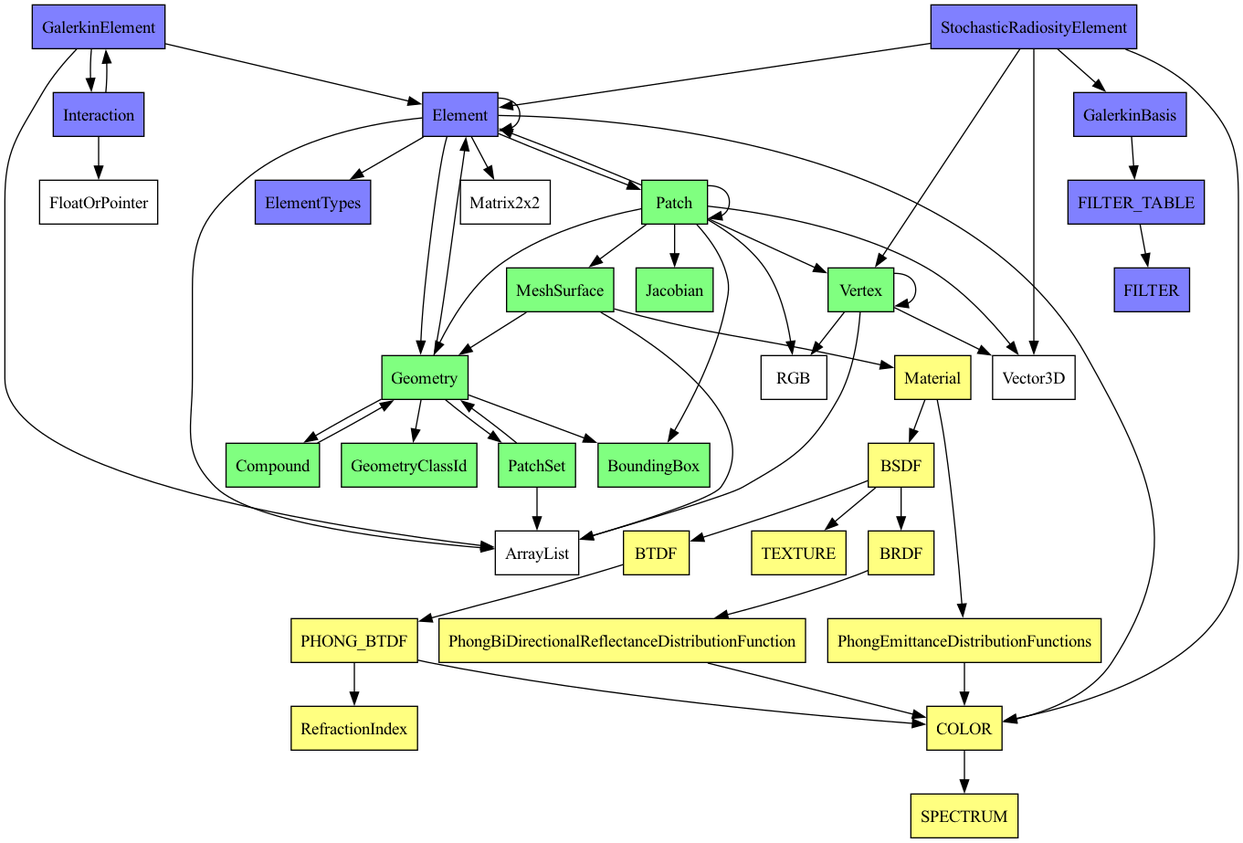
Earlier version of the Graphviz export doc/coreModelClasses.png (OscarChavarro/rpkCpp). Its source is kept beside it as doc/coreModelClasses.dot.
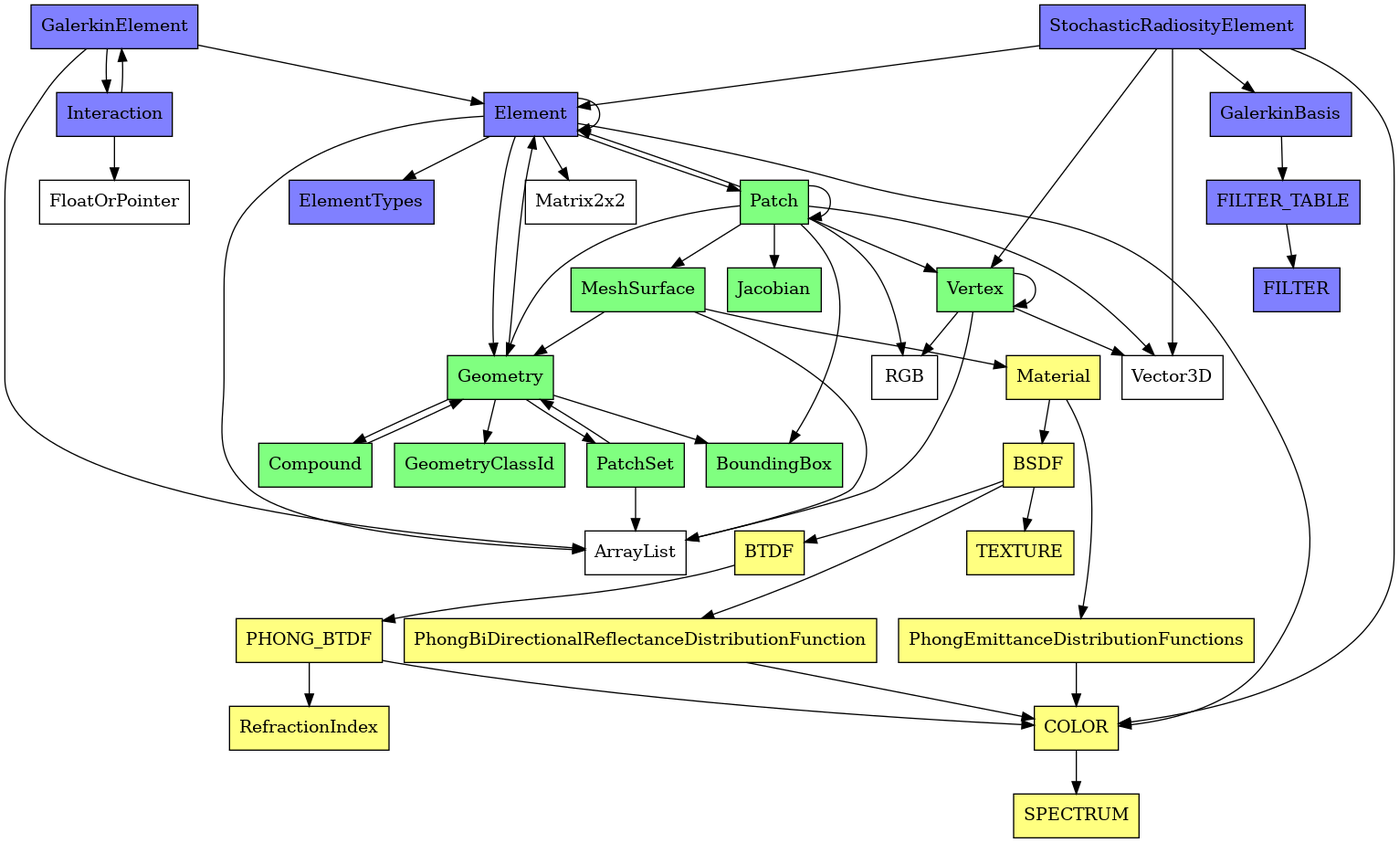
Later version of the same file.

Commit message:
Fundamental: PhongBiDirectionalReflectanceDistributionFunction model made flat (no BRDF class hierarchy)

The edit, as a diff of the source:
```diff
@@ -28,7 +28,6 @@
     BSDF [shape=box, style=filled, fillcolor="#ffff80"];
     PhongEmittanceDistributionFunctions [shape=box, style=filled, fillcolor="#ffff80"];
     BTDF [shape=box, style=filled, fillcolor="#ffff80"];
-    BRDF [shape=box, style=filled, fillcolor="#ffff80"];
     TEXTURE [shape=box, style=filled, fillcolor="#ffff80"];
     PHONG_BTDF [shape=box, style=filled, fillcolor="#ffff80"];
     RefractionIndex [shape=box, style=filled, fillcolor="#ffff80"];
@@ -71,11 +70,10 @@
     Patch -> MeshSurface;
     PhongEmittanceDistributionFunctions -> COLOR;
     PhongBiDirectionalReflectanceDistributionFunction -> COLOR;
-    BRDF -> PhongBiDirectionalReflectanceDistributionFunction;
     PHONG_BTDF -> COLOR;
     PHONG_BTDF -> RefractionIndex;
     BTDF -> PHONG_BTDF;
-    BSDF -> BRDF;
+    BSDF -> PhongBiDirectionalReflectanceDistributionFunction;
     BSDF -> BTDF;
     BSDF -> TEXTURE;
     Material -> PhongEmittanceDistributionFunctions;
```
